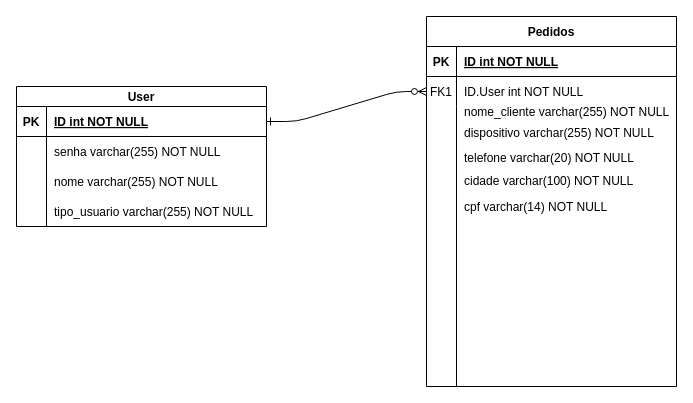
The draw.io diagram Modelo_Logico.drawio in ArcanjoDaGuarda/AnjoProjetos, before the edit. Source tidied: cells renumbered, new cells numbered last; positions are measured from the earlier drawing's top-left corner, leaving out a move shared by most shapes. Both pictures are drawn from the tidied source at 100%, with x=0, y=0 at pixel (16, 16).
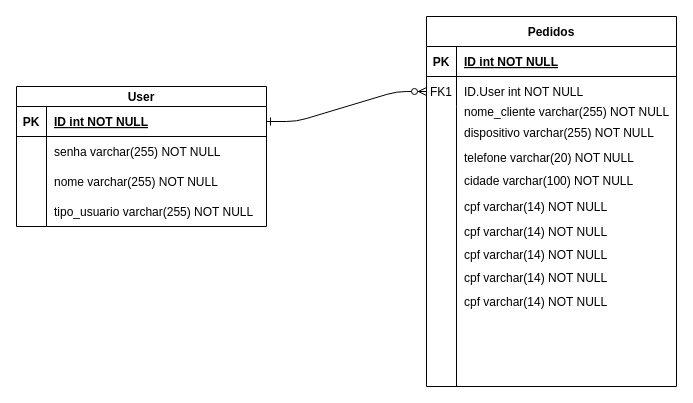
The same diagram, later.

The edit, as a diff of the source:
```diff
@@
+    <mxCell id="27" value="cpf varchar(14) NOT NULL" style="shape=partialRectangle;overflow=hidden;fillColor=none;top=0;left=0;bottom=0;right=0;align=left;spacingLeft=6;" parent="1" vertex="1">
+      <mxGeometry x="440" y="200" width="220" height="30" as="geometry" />
+    </mxCell>
+    <mxCell id="28" value="cpf varchar(14) NOT NULL" style="shape=partialRectangle;overflow=hidden;fillColor=none;top=0;left=0;bottom=0;right=0;align=left;spacingLeft=6;" parent="1" vertex="1">
+      <mxGeometry x="440" y="223" width="220" height="30" as="geometry" />
+    </mxCell>
+    <mxCell id="29" value="cpf varchar(14) NOT NULL" style="shape=partialRectangle;overflow=hidden;fillColor=none;top=0;left=0;bottom=0;right=0;align=left;spacingLeft=6;" parent="1" vertex="1">
+      <mxGeometry x="440" y="246" width="220" height="30" as="geometry" />
+    </mxCell>
+    <mxCell id="30" value="cpf varchar(14) NOT NULL" style="shape=partialRectangle;overflow=hidden;fillColor=none;top=0;left=0;bottom=0;right=0;align=left;spacingLeft=6;" parent="1" vertex="1">
+      <mxGeometry x="440" y="270" width="220" height="30" as="geometry" />
+    </mxCell>
```
